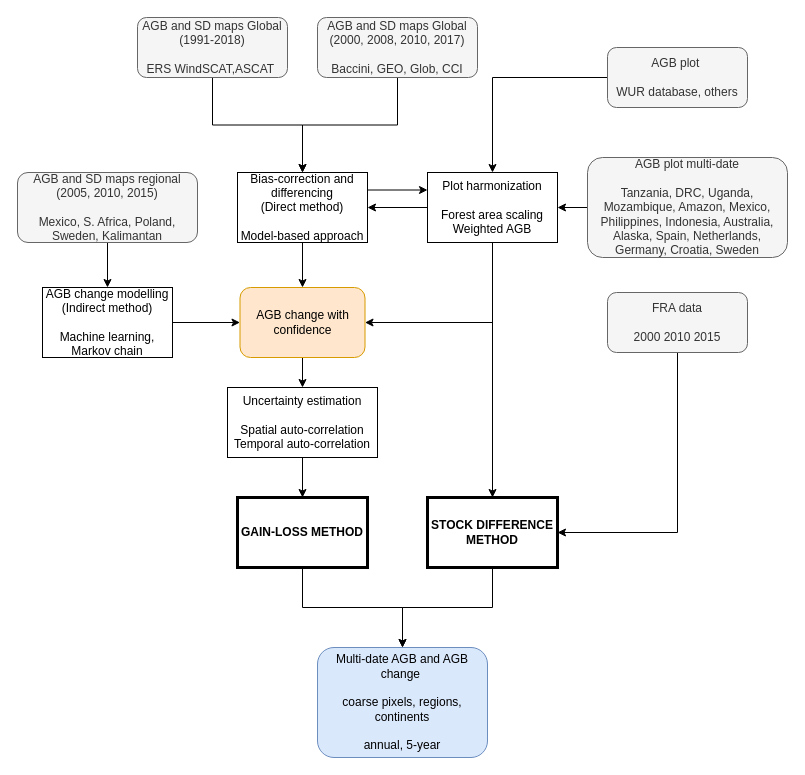
arnanaraza/diagrams keeps this draw.io diagram as Biomass change.drawio. Above is the earlier version. Source tidied: cells renumbered, new cells numbered last; positions are measured from the earlier drawing's top-left corner, leaving out a move shared by most shapes. Both pictures are drawn from the tidied source at 100%, with x=0, y=0 at pixel (17, 17).
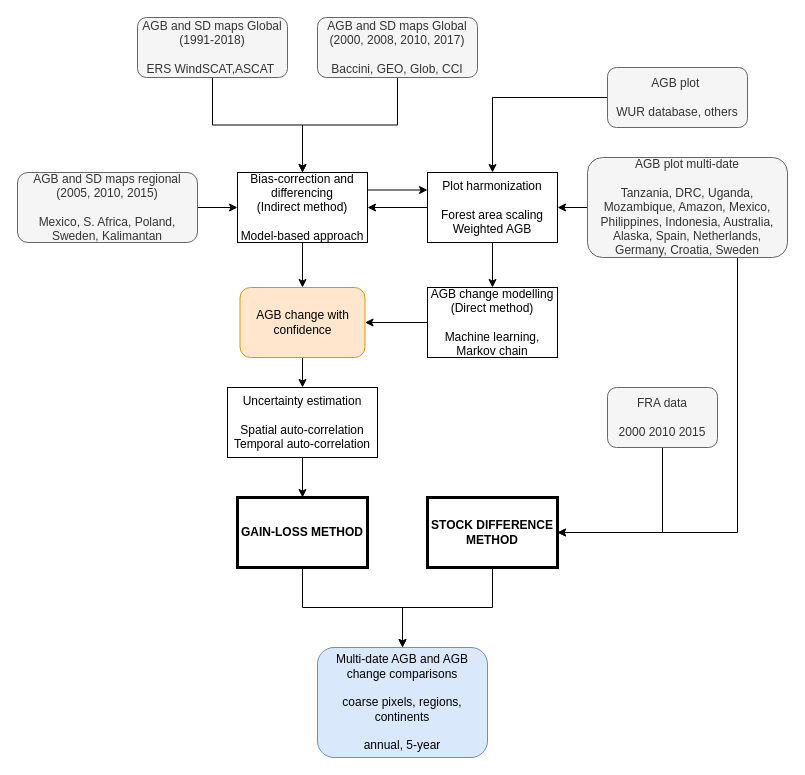
The same diagram, later.

The change refers to these unchanged cells:
```xml
<mxCell id="9" value="AGB and SD maps regional&lt;br&gt;(2005, 2010, 2015)&lt;br&gt;&lt;br&gt;Mexico, S. Africa, Poland, Sweden, Kalimantan" style="rounded=1;whiteSpace=wrap;html=1;fillColor=#f5f5f5;strokeColor=#666666;fontColor=#333333;" parent="1" vertex="1">
  <mxGeometry y="155" width="180" height="70" as="geometry" />
</mxCell>
<mxCell id="13" value="AGB plot multi-date&lt;br&gt;&lt;br&gt;Tanzania, DRC, Uganda, Mozambique, Amazon, Mexico, Philippines, Indonesia, Australia, Alaska, Spain, Netherlands, Germany, Croatia, Sweden" style="rounded=1;whiteSpace=wrap;html=1;fillColor=#f5f5f5;strokeColor=#666666;fontColor=#333333;" parent="1" vertex="1">
  <mxGeometry x="570" y="140" width="200" height="100" as="geometry" />
</mxCell>
<mxCell id="22" value="STOCK DIFFERENCE METHOD" style="rounded=0;whiteSpace=wrap;html=1;fontStyle=1;strokeWidth=3;" parent="1" vertex="1">
  <mxGeometry x="410" y="480" width="130" height="70" as="geometry" />
</mxCell>
<mxCell id="26" value="Plot harmonization&lt;br&gt;&lt;br&gt;Forest area scaling&lt;br&gt;Weighted AGB" style="rounded=0;whiteSpace=wrap;html=1;" parent="1" vertex="1">
  <mxGeometry x="410" y="155" width="130" height="70" as="geometry" />
</mxCell>
<mxCell id="30" value="AGB change with confidence" style="rounded=1;whiteSpace=wrap;html=1;fillColor=#ffe6cc;strokeColor=#d79b00;" parent="1" vertex="1">
  <mxGeometry x="222.5" y="270" width="125" height="70" as="geometry" />
</mxCell>
```

What changed in the source:
```diff
@@
-    <mxCell id="2" style="edgeStyle=orthogonalEdgeStyle;rounded=0;jettySize=auto;html=1;exitX=1;exitY=0.5;exitDx=0;exitDy=0;entryX=0;entryY=0.5;entryDx=0;entryDy=0;fontColor=#D5E8D4;" parent="1" edge="1" source="3" target="30">
+    <mxCell id="2" style="edgeStyle=orthogonalEdgeStyle;rounded=0;jettySize=auto;html=1;exitX=0;exitY=0.5;exitDx=0;exitDy=0;entryX=1;entryY=0.5;entryDx=0;entryDy=0;fontColor=#D5E8D4;" parent="1" edge="1" source="3" target="30">
       <mxGeometry relative="1" as="geometry" />
     </mxCell>
-    <mxCell id="3" value="AGB change modelling&lt;br&gt;(Indirect method)&lt;br&gt;&lt;br&gt;Machine learning, Markov chain" style="rounded=0;whiteSpace=wrap;html=1;" parent="1" vertex="1">
-      <mxGeometry x="25" y="270" width="130" height="70" as="geometry" />
+    <mxCell id="3" value="AGB change modelling&lt;br&gt;(Direct method)&lt;br&gt;&lt;br&gt;Machine learning, Markov chain" style="rounded=0;whiteSpace=wrap;html=1;" parent="1" vertex="1">
+      <mxGeometry x="410" y="270" width="130" height="70" as="geometry" />
     </mxCell>
@@
-    <mxCell id="8" style="edgeStyle=orthogonalEdgeStyle;rounded=0;jettySize=auto;html=1;exitX=0.5;exitY=1;exitDx=0;exitDy=0;entryX=0.5;entryY=0;entryDx=0;entryDy=0;" parent="1" edge="1" source="9" target="3">
-      <mxGeometry relative="1" as="geometry" />
-    </mxCell>
+    <mxCell id="32" style="edgeStyle=orthogonalEdgeStyle;rounded=0;jettySize=auto;html=1;exitX=1;exitY=0.5;exitDx=0;exitDy=0;entryX=0;entryY=0.5;entryDx=0;entryDy=0;fontColor=#D5E8D4;" parent="1" edge="1" source="9" target="11">
+      <mxGeometry relative="1" as="geometry" />
+    </mxCell>
@@
-    <mxCell id="11" value="Bias-correction and differencing &lt;br&gt;(Direct method)&lt;br&gt;&lt;br&gt;Model-based approach" style="rounded=0;whiteSpace=wrap;html=1;" parent="1" vertex="1">
+    <mxCell id="11" value="Bias-correction and differencing &lt;br&gt;(Indirect method)&lt;br&gt;&lt;br&gt;Model-based approach" style="rounded=0;whiteSpace=wrap;html=1;" parent="1" vertex="1">
       <mxGeometry x="220" y="155" width="130" height="70" as="geometry" />
     </mxCell>
@@
+    <mxCell id="33" style="edgeStyle=orthogonalEdgeStyle;rounded=0;jettySize=auto;html=1;exitX=0.75;exitY=1;exitDx=0;exitDy=0;entryX=1;entryY=0.5;entryDx=0;entryDy=0;fontColor=#D5E8D4;" parent="1" edge="1" source="13" target="22">
+      <mxGeometry relative="1" as="geometry" />
+    </mxCell>
@@
     <mxCell id="15" value="FRA data&lt;br&gt;&lt;br&gt;2000 2010 2015" style="rounded=1;whiteSpace=wrap;html=1;fillColor=#f5f5f5;strokeColor=#666666;fontColor=#333333;" parent="1" vertex="1">
-      <mxGeometry x="590" y="275" width="140" height="60" as="geometry" />
+      <mxGeometry x="590" y="370" width="110" height="60" as="geometry" />
     </mxCell>
@@
-    <mxCell id="18" value="Multi-date AGB and AGB change&amp;nbsp;&lt;br&gt;&lt;br&gt;coarse pixels, regions, continents&lt;br&gt;&lt;br&gt;annual, 5-year" style="rounded=1;whiteSpace=wrap;html=1;fillColor=#dae8fc;strokeColor=#6c8ebf;" parent="1" vertex="1">
+    <mxCell id="18" value="Multi-date AGB and AGB change comparisons&lt;br&gt;&lt;br&gt;coarse pixels, regions, continents&lt;br&gt;&lt;br&gt;annual, 5-year" style="rounded=1;whiteSpace=wrap;html=1;fillColor=#dae8fc;strokeColor=#6c8ebf;" parent="1" vertex="1">
       <mxGeometry x="300" y="630" width="170" height="110" as="geometry" />
     </mxCell>
@@
-    <mxCell id="23" style="edgeStyle=orthogonalEdgeStyle;rounded=0;jettySize=auto;html=1;exitX=0.5;exitY=1;exitDx=0;exitDy=0;entryX=0.5;entryY=0;entryDx=0;entryDy=0;" parent="1" edge="1" source="26" target="22">
-      <mxGeometry relative="1" as="geometry" />
-    </mxCell>
@@
-    <mxCell id="25" style="edgeStyle=orthogonalEdgeStyle;rounded=0;jettySize=auto;html=1;exitX=0.5;exitY=1;exitDx=0;exitDy=0;entryX=1;entryY=0.5;entryDx=0;entryDy=0;" parent="1" edge="1" source="26" target="30">
-      <mxGeometry relative="1" as="geometry" />
-    </mxCell>
+    <mxCell id="34" style="edgeStyle=orthogonalEdgeStyle;rounded=0;jettySize=auto;html=1;exitX=0.5;exitY=1;exitDx=0;exitDy=0;entryX=0.5;entryY=0;entryDx=0;entryDy=0;fontColor=#D5E8D4;" parent="1" edge="1" source="26" target="3">
+      <mxGeometry relative="1" as="geometry" />
+    </mxCell>
@@
     <mxCell id="28" value="AGB plot&amp;nbsp;&lt;br&gt;&lt;br&gt;WUR database, others" style="rounded=1;whiteSpace=wrap;html=1;fillColor=#f5f5f5;strokeColor=#666666;fontColor=#333333;" parent="1" vertex="1">
-      <mxGeometry x="590" y="30" width="140" height="60" as="geometry" />
+      <mxGeometry x="590" y="50" width="140" height="60" as="geometry" />
     </mxCell>
```
